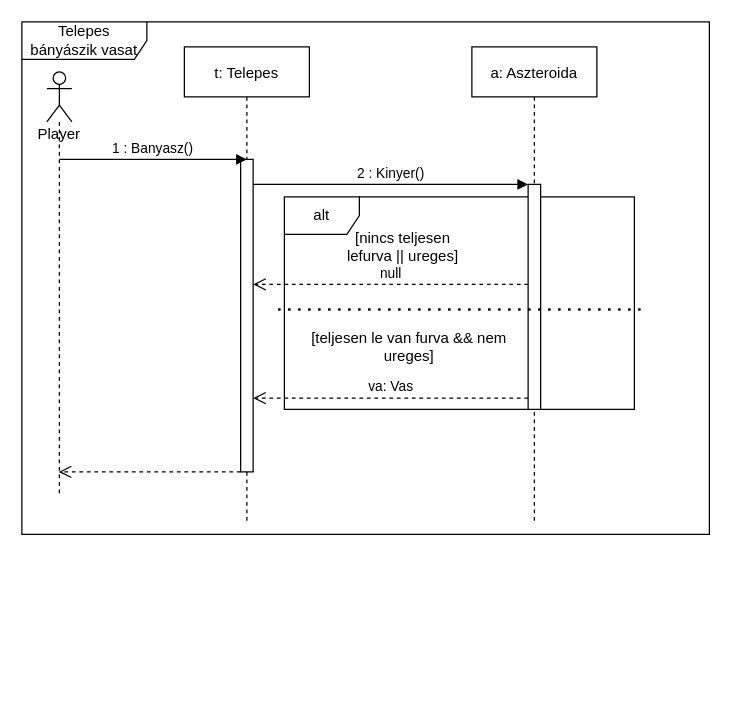
torpeBoiGo/aszteroidabanyaszat keeps this draw.io diagram as page "vas" (4 of 5) of doc/szekvencia/szek_TelepesBanyasz.drawio. Above is the earlier version. Source tidied: cells renumbered, new cells numbered last; positions are measured from the earlier drawing's top-left corner, leaving out a move shared by most shapes. Both pictures are drawn from the tidied source at 125%, with x=0, y=0 at pixel (21, 21).
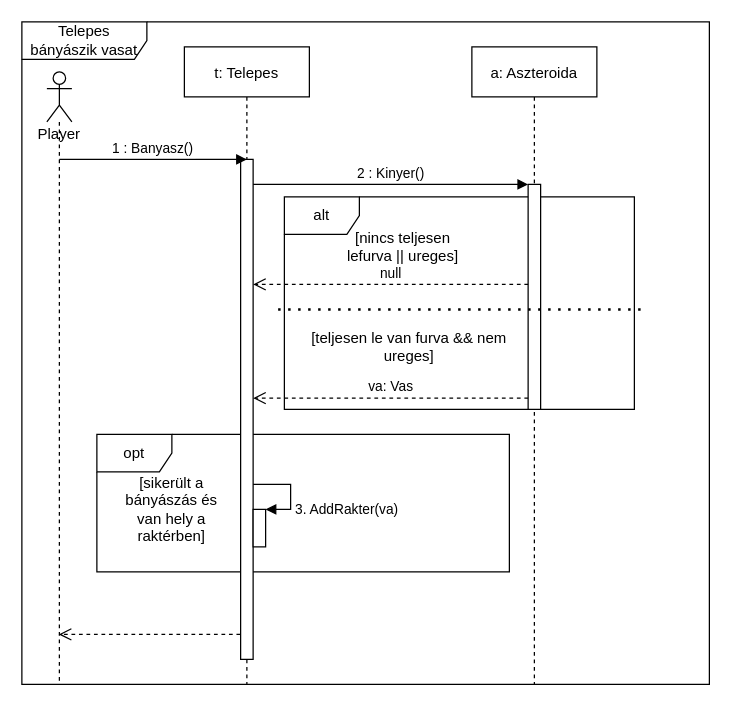
The same page after the edit.

Change to the diagram source:
```diff
@@
+    <mxCell id="17" value="opt" style="shape=umlFrame;whiteSpace=wrap;html=1;" parent="1" vertex="1">
+      <mxGeometry x="60" y="330" width="330" height="110" as="geometry" />
+    </mxCell>
     <mxCell id="2" value="Telepes bányászik vasat" style="shape=umlFrame;whiteSpace=wrap;html=1;width=100;height=30;" parent="1" vertex="1">
-      <mxGeometry width="550" height="410" as="geometry" />
+      <mxGeometry width="550" height="530" as="geometry" />
     </mxCell>
@@
     <mxCell id="4" value="t: Telepes" style="shape=umlLifeline;perimeter=lifelinePerimeter;rounded=0;shadow=0;strokeWidth=1;" parent="1" vertex="1">
-      <mxGeometry x="130" y="20" width="100" height="380" as="geometry" />
+      <mxGeometry x="130" y="20" width="100" height="510" as="geometry" />
     </mxCell>
     <mxCell id="5" style="html=1;points=[];perimeter=orthogonalPerimeter;" parent="4" vertex="1">
-      <mxGeometry x="45" y="90" width="10" height="250" as="geometry" />
+      <mxGeometry x="45" y="90" width="10" height="400" as="geometry" />
     </mxCell>
@@
     <mxCell id="7" value="a: Aszteroida" style="shape=umlLifeline;perimeter=lifelinePerimeter;rounded=0;shadow=0;strokeWidth=1;" parent="1" vertex="1">
-      <mxGeometry x="360" y="20" width="100" height="380" as="geometry" />
+      <mxGeometry x="360" y="20" width="100" height="510" as="geometry" />
     </mxCell>
@@
-    <mxCell id="11" style="html=1;verticalAlign=bottom;endArrow=open;dashed=1;endSize=8;" parent="1" edge="1" target="15">
-      <mxGeometry relative="1" as="geometry">
-        <mxPoint x="175" y="360" as="sourcePoint" />
-      </mxGeometry>
+    <mxCell id="11" style="html=1;verticalAlign=bottom;endArrow=open;dashed=1;endSize=8;exitX=-0.033;exitY=0.95;exitDx=0;exitDy=0;exitPerimeter=0;" parent="1" edge="1" source="5" target="15">
+      <mxGeometry relative="1" as="geometry" />
     </mxCell>
@@
     <mxCell id="15" value="Player" style="shape=umlLifeline;participant=umlActor;perimeter=lifelinePerimeter;whiteSpace=wrap;html=1;verticalAlign=top;spacingTop=36;outlineConnect=0;" parent="1" vertex="1">
-      <mxGeometry x="20" y="40" width="20" height="340" as="geometry" />
+      <mxGeometry x="20" y="40" width="20" height="490" as="geometry" />
     </mxCell>
@@
+    <mxCell id="18" style="html=1;points=[];perimeter=orthogonalPerimeter;" parent="1" vertex="1">
+      <mxGeometry x="185" y="390" width="10" height="30" as="geometry" />
+    </mxCell>
+    <mxCell id="19" value="3. AddRakter(va)" style="edgeStyle=orthogonalEdgeStyle;html=1;align=left;spacingLeft=2;endArrow=block;rounded=0;entryX=1;entryY=0;" parent="1" edge="1" target="18">
+      <mxGeometry x="0.43" relative="1" as="geometry">
+        <mxPoint x="185" y="370" as="sourcePoint" />
+        <Array as="points">
+          <mxPoint x="215" y="370" />
+        </Array>
+      </mxGeometry>
+    </mxCell>
+    <mxCell id="20" value="[sikerült a bányászás és van hely a raktérben]" style="text;html=1;strokeColor=none;fillColor=none;align=center;verticalAlign=middle;whiteSpace=wrap;rounded=0;" parent="1" vertex="1">
+      <mxGeometry x="80" y="380" width="80" height="20" as="geometry" />
+    </mxCell>
```
